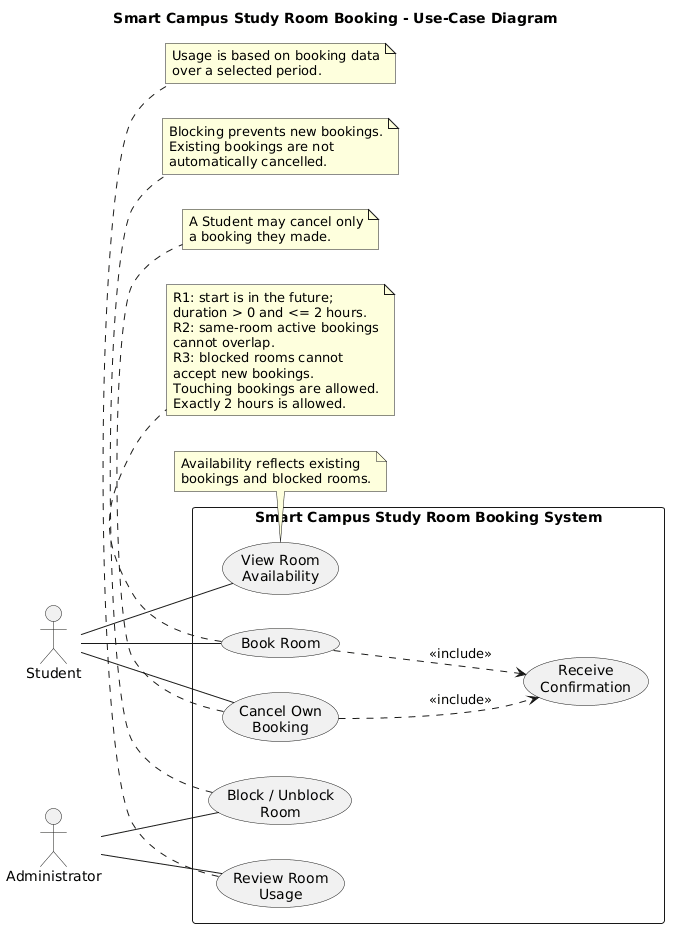
Earlier version of the PlantUML export week-04/models/img/use-case.png (Alibyek1122/se-practice).
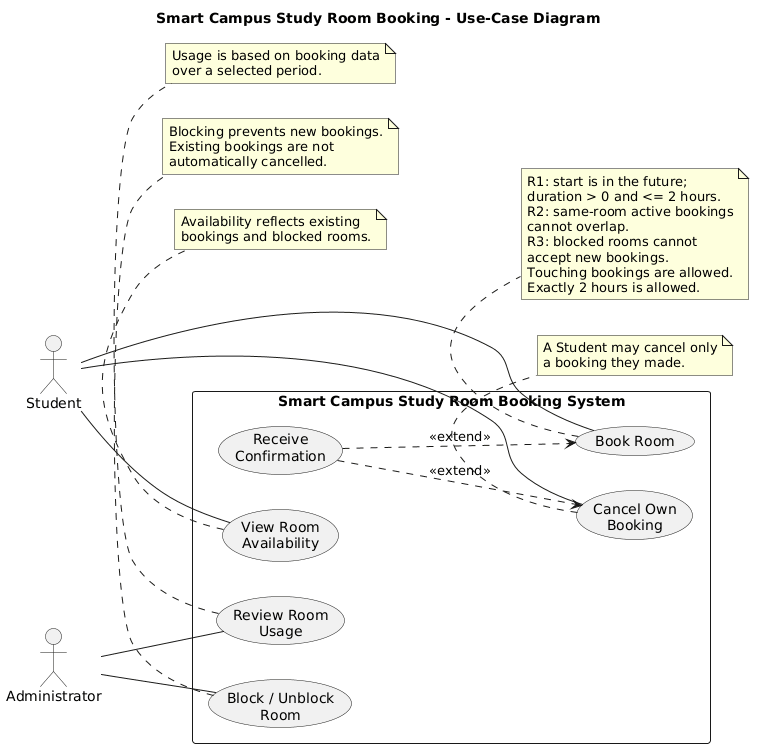
Later version of the same file.

Diff of the diagram source:
```diff
@@ -23,9 +23,9 @@
 Administrator -- UC_Block
 Administrator -- UC_Usage
 
-UC_Book ..> UC_Confirm : <<include>>
+UC_Confirm ..> UC_Book : <<extend>>
 
-UC_Cancel ..> UC_Confirm : <<include>>
+UC_Confirm ..> UC_Cancel : <<extend>>
 
 note bottom of UC_View
 Availability reflects existing
```
